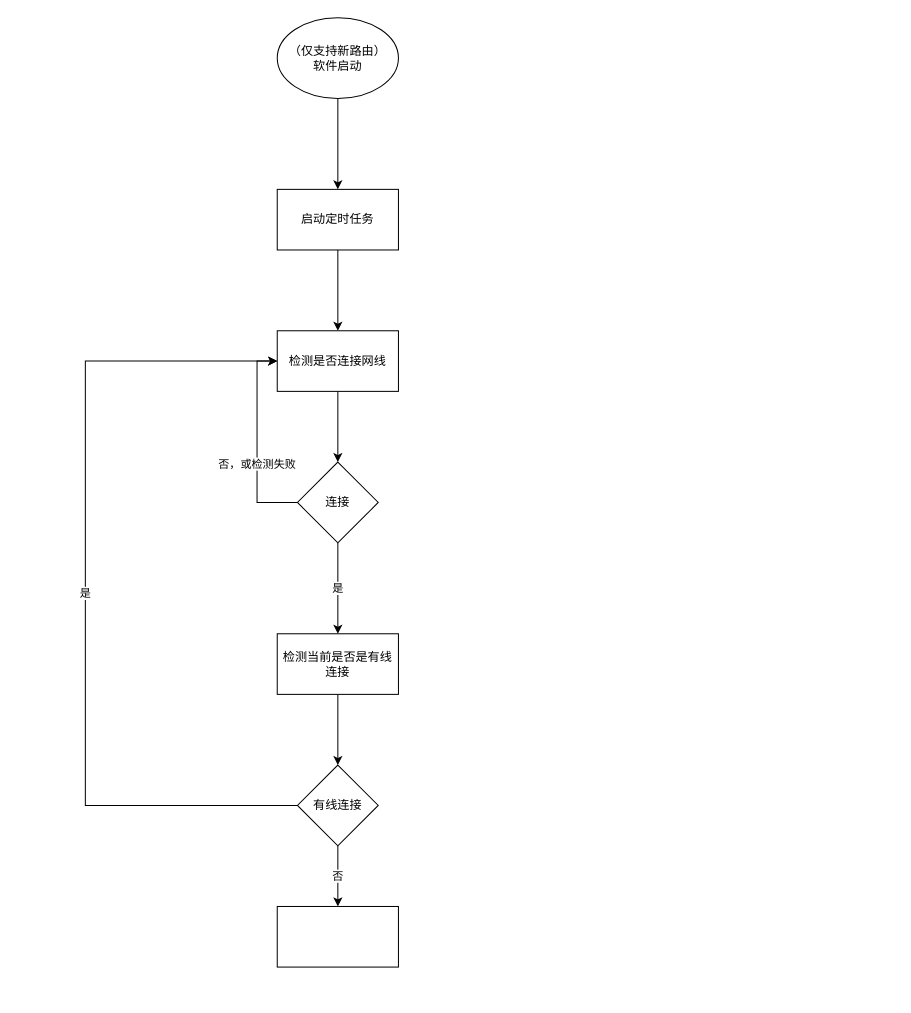
Above: ziyuanbao-wan-wifi-connect.drawio in caozhongqin/diagrams.net (draw.io), before the change. Source tidied: cells renumbered, new cells numbered last; positions are measured from the earlier drawing's top-left corner, leaving out a move shared by most shapes. Both pictures are drawn from the tidied source at 101%, with x=0, y=0 at pixel (85, 17).
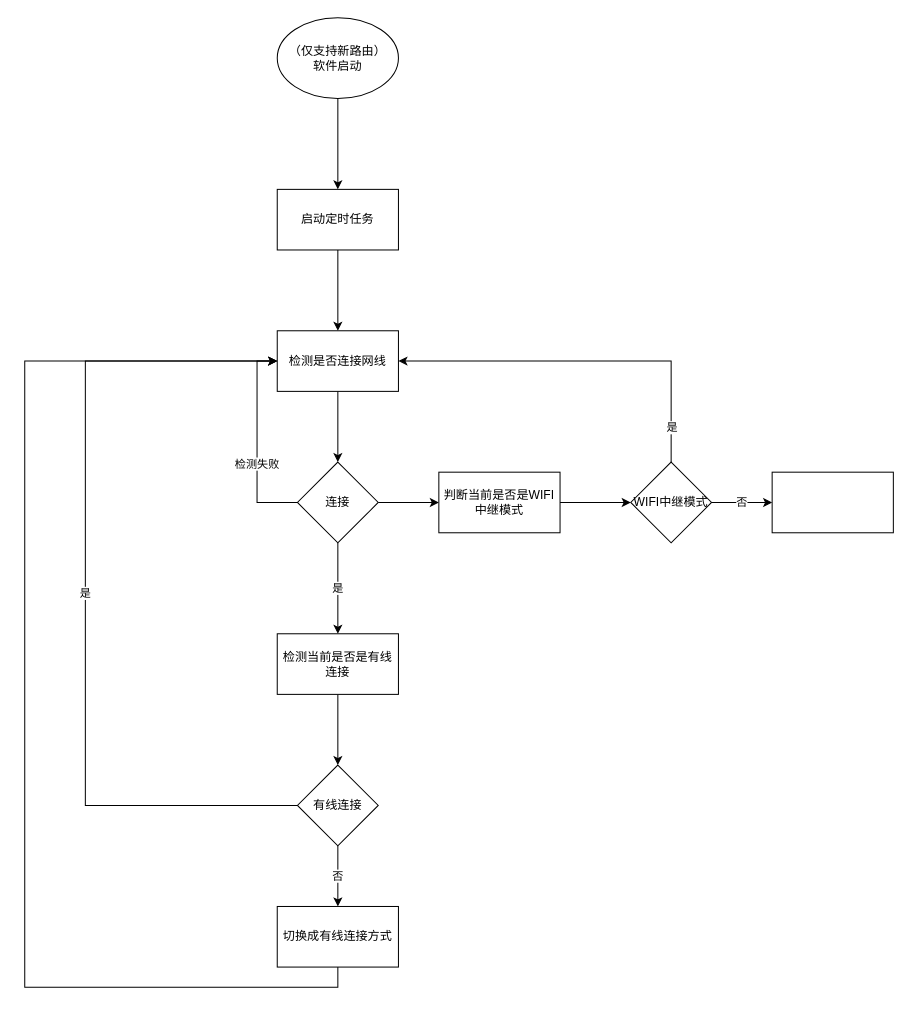
The same page after the edit.

The change refers to these unchanged cells:
```xml
<mxCell id="7" value="检测是否连接网线" style="whiteSpace=wrap;html=1;" parent="1" vertex="1">
  <mxGeometry x="190" y="310" width="120" height="60" as="geometry" />
</mxCell>
<mxCell id="8" style="edgeStyle=orthogonalEdgeStyle;rounded=0;jettySize=auto;html=1;exitX=0;exitY=0.5;exitDx=0;exitDy=0;entryX=0;entryY=0.5;entryDx=0;entryDy=0;" parent="1" edge="1" source="11" target="7">
  <mxGeometry relative="1" as="geometry" />
</mxCell>
<mxCell id="11" value="连接" style="rhombus;whiteSpace=wrap;html=1;" parent="1" vertex="1">
  <mxGeometry x="210" y="440" width="80" height="80" as="geometry" />
</mxCell>
```

Diff of the diagram source:
```diff
@@
-    <mxCell id="9" value="否，或检测失败" style="edgeLabel;html=1;align=center;verticalAlign=middle;" parent="8" vertex="1">
+    <mxCell id="9" value="检测失败" style="edgeLabel;html=1;align=center;verticalAlign=middle;" parent="8" vertex="1">
       <mxGeometry x="-0.21" y="1" relative="1" as="geometry" />
     </mxCell>
@@
+    <mxCell id="18" style="edgeStyle=orthogonalEdgeStyle;rounded=0;jettySize=auto;html=1;" parent="1" edge="1" source="11" target="21">
+      <mxGeometry relative="1" as="geometry" />
+    </mxCell>
@@
+    <mxCell id="19" style="edgeStyle=orthogonalEdgeStyle;rounded=0;jettySize=auto;html=1;exitX=0.5;exitY=1;exitDx=0;exitDy=0;entryX=0;entryY=0.5;entryDx=0;entryDy=0;" parent="1" edge="1" source="17" target="7">
+      <mxGeometry relative="1" as="geometry">
+        <Array as="points">
+          <mxPoint x="250" y="960" />
+          <mxPoint x="-60" y="960" />
+          <mxPoint x="-60" y="340" />
+        </Array>
+      </mxGeometry>
+    </mxCell>
-    <mxCell id="17" style="whiteSpace=wrap;html=1;" parent="1" vertex="1">
+    <mxCell id="17" value="切换成有线连接方式" style="whiteSpace=wrap;html=1;" parent="1" vertex="1">
       <mxGeometry x="190" y="880" width="120" height="60" as="geometry" />
     </mxCell>
+    <mxCell id="20" style="edgeStyle=orthogonalEdgeStyle;rounded=0;jettySize=auto;html=1;" parent="1" edge="1" source="21" target="25">
+      <mxGeometry relative="1" as="geometry" />
+    </mxCell>
+    <mxCell id="21" value="判断当前是否是WIFI中继模式" style="whiteSpace=wrap;html=1;" parent="1" vertex="1">
+      <mxGeometry x="350" y="450" width="120" height="60" as="geometry" />
+    </mxCell>
+    <mxCell id="22" style="edgeStyle=orthogonalEdgeStyle;rounded=0;jettySize=auto;html=1;exitX=0.5;exitY=0;exitDx=0;exitDy=0;entryX=1;entryY=0.5;entryDx=0;entryDy=0;" parent="1" edge="1" source="25" target="7">
+      <mxGeometry relative="1" as="geometry" />
+    </mxCell>
+    <mxCell id="23" value="是" style="edgeLabel;html=1;align=center;verticalAlign=middle;" parent="22" vertex="1">
+      <mxGeometry x="-0.81" relative="1" as="geometry" />
+    </mxCell>
+    <mxCell id="24" value="否" style="edgeStyle=orthogonalEdgeStyle;rounded=0;jettySize=auto;html=1;" parent="1" edge="1" source="25" target="26">
+      <mxGeometry relative="1" as="geometry" />
+    </mxCell>
+    <mxCell id="25" value="WIFI中继模式" style="rhombus;whiteSpace=wrap;html=1;" parent="1" vertex="1">
+      <mxGeometry x="540" y="440" width="80" height="80" as="geometry" />
+    </mxCell>
+    <mxCell id="26" style="whiteSpace=wrap;html=1;" parent="1" vertex="1">
+      <mxGeometry x="680" y="450" width="120" height="60" as="geometry" />
+    </mxCell>
```
